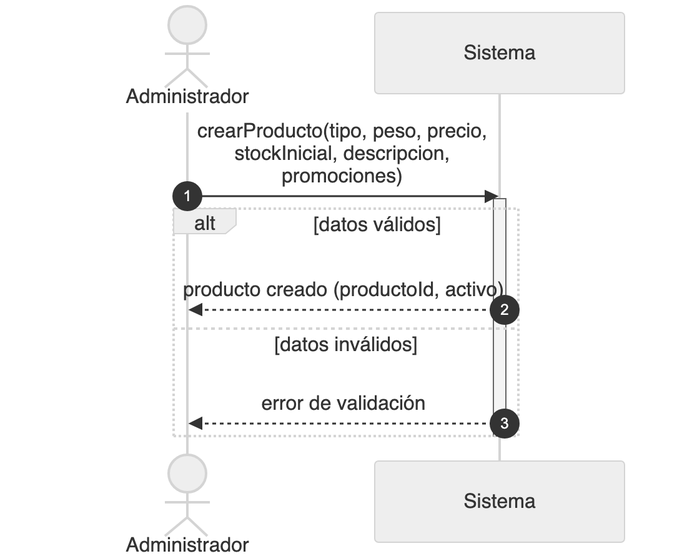
Earlier version of the Mermaid export diagramas/png/DSS_CU-036_Crear-Producto.png (Nahuelito-Dev/splg-docs). Its source is kept beside it as diagramas/DSS_CU-036_Crear-Producto.mmd.
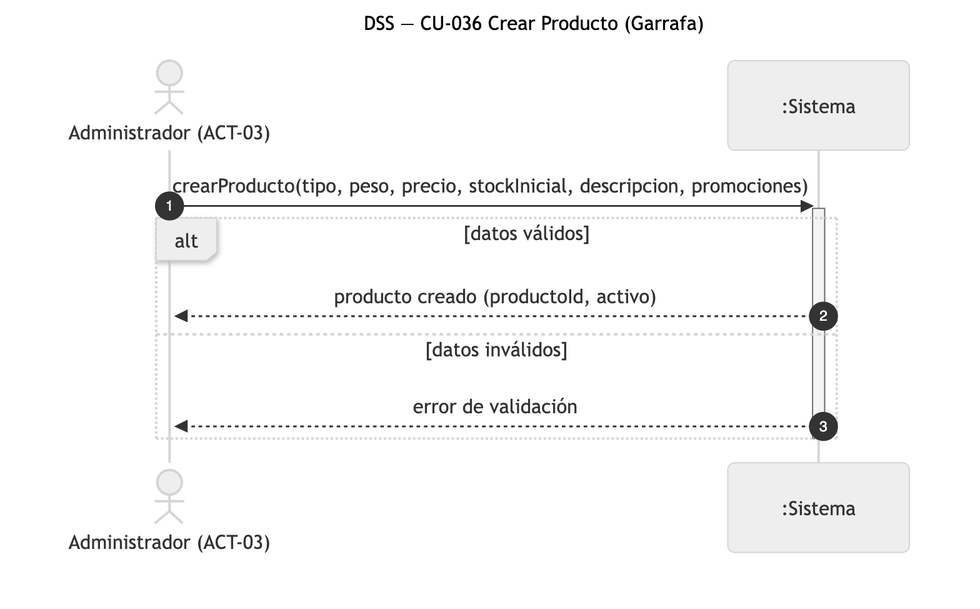
After the change.

The edit, as a diff of the source:
```diff
@@ -1,8 +1,8 @@
 sequenceDiagram
-    title DSS — CU-036 Crear Producto
+    title DSS — CU-036 Crear Producto (Garrafa)
     autonumber
-    actor ADM as Administrador
-    participant SIS as Sistema
+    actor ADM as Administrador (ACT-03)
+    participant SIS as :Sistema
 
     ADM->>SIS: crearProducto(tipo, peso, precio, stockInicial, descripcion, promociones)
     activate SIS
```
